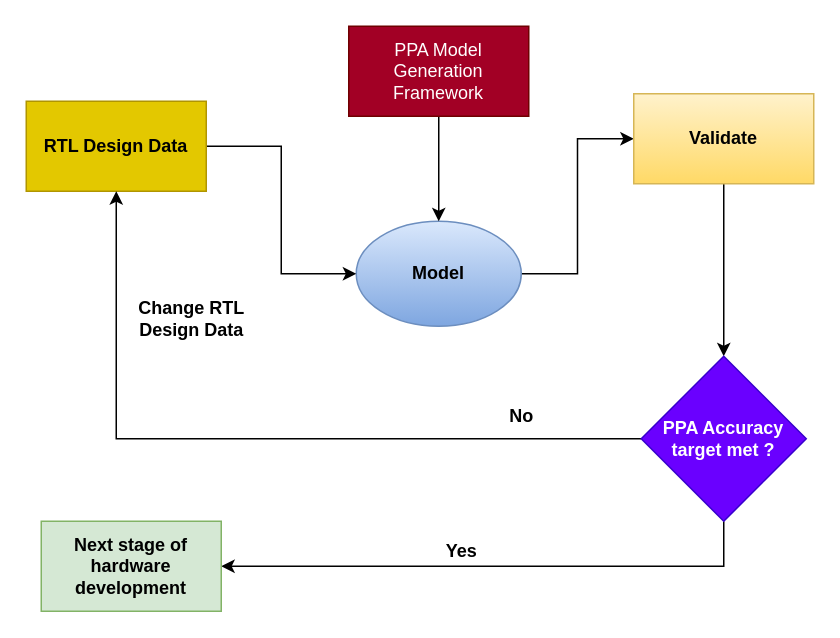
Above: Final Drawio files/test framework.drawio in AbhishekSengupta7/EDA-Seminar-TU-Munich (draw.io), before the change. Source tidied: cells renumbered, new cells numbered last; positions are measured from the earlier drawing's top-left corner, leaving out a move shared by most shapes. Both pictures are drawn from the tidied source at 150%, with x=0, y=0 at pixel (26, 26).
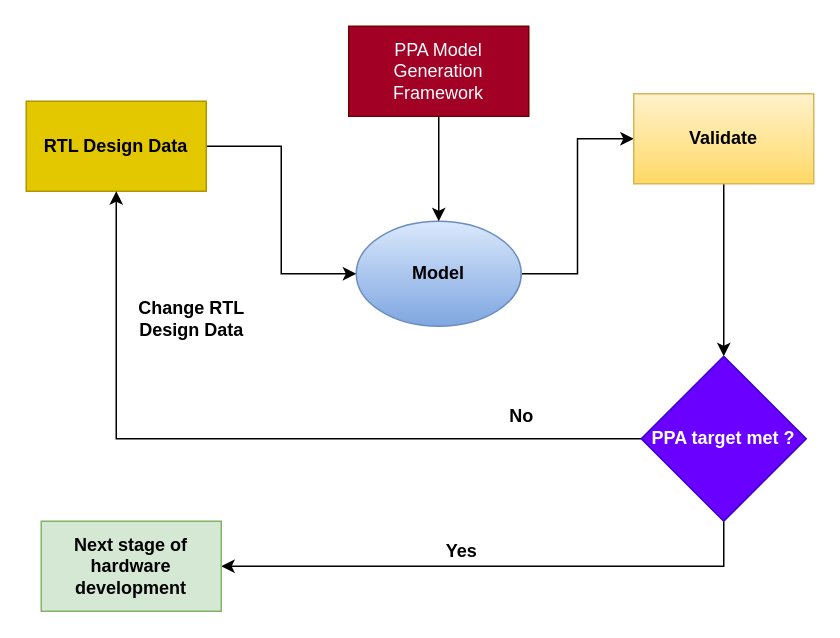
The same diagram, later.

Change to the diagram source:
```diff
@@
 <mxGraphModel>
   <root>
     <mxCell id="0" />
     <mxCell id="1" parent="0" />
     <mxCell id="2" style="edgeStyle=orthogonalEdgeStyle;rounded=0;jettySize=auto;html=1;exitX=1;exitY=0.5;exitDx=0;exitDy=0;entryX=0;entryY=0.5;entryDx=0;entryDy=0;" parent="1" edge="1" source="3" target="5">
       <mxGeometry relative="1" as="geometry" />
     </mxCell>
     <mxCell id="3" value="Model" style="ellipse;whiteSpace=wrap;html=1;fillColor=#dae8fc;strokeColor=#6c8ebf;fontStyle=1;gradientColor=#7ea6e0;" parent="1" vertex="1">
       <mxGeometry x="220" y="130" width="110" height="70" as="geometry" />
     </mxCell>
     <mxCell id="4" style="edgeStyle=orthogonalEdgeStyle;rounded=0;jettySize=auto;html=1;exitX=0.5;exitY=1;exitDx=0;exitDy=0;entryX=0.5;entryY=0;entryDx=0;entryDy=0;fontStyle=1;" parent="1" edge="1" source="5" target="10">
       <mxGeometry relative="1" as="geometry" />
     </mxCell>
     <mxCell id="5" value="Validate" style="rounded=0;whiteSpace=wrap;html=1;fillColor=#fff2cc;strokeColor=#d6b656;fontStyle=1;gradientColor=#ffd966;" parent="1" vertex="1">
       <mxGeometry x="405" y="45" width="120" height="60" as="geometry" />
     </mxCell>
     <mxCell id="6" style="edgeStyle=orthogonalEdgeStyle;rounded=0;jettySize=auto;html=1;exitX=1;exitY=0.5;exitDx=0;exitDy=0;entryX=0;entryY=0.5;entryDx=0;entryDy=0;fontStyle=1;" parent="1" edge="1" source="7" target="3">
       <mxGeometry relative="1" as="geometry" />
     </mxCell>
     <mxCell id="7" value="RTL Design Data" style="rounded=0;whiteSpace=wrap;html=1;fillColor=#e3c800;strokeColor=#B09500;fontStyle=1;fontColor=#000000;" parent="1" vertex="1">
       <mxGeometry y="50" width="120" height="60" as="geometry" />
     </mxCell>
     <mxCell id="8" style="edgeStyle=orthogonalEdgeStyle;rounded=0;jettySize=auto;html=1;exitX=0;exitY=0.5;exitDx=0;exitDy=0;entryX=0.5;entryY=1;entryDx=0;entryDy=0;fontStyle=1;" parent="1" edge="1" source="10" target="7">
       <mxGeometry relative="1" as="geometry" />
     </mxCell>
     <mxCell id="9" style="edgeStyle=orthogonalEdgeStyle;rounded=0;jettySize=auto;html=1;exitX=0.5;exitY=1;exitDx=0;exitDy=0;entryX=1;entryY=0.5;entryDx=0;entryDy=0;fontStyle=1;" parent="1" edge="1" source="10" target="11">
       <mxGeometry relative="1" as="geometry" />
     </mxCell>
-    <mxCell id="10" value="PPA Accuracy target met ?" style="rhombus;whiteSpace=wrap;html=1;fillColor=#6a00ff;strokeColor=#3700CC;fontStyle=1;fontColor=#ffffff;" parent="1" vertex="1">
+    <mxCell id="10" value="PPA target met ?" style="rhombus;whiteSpace=wrap;html=1;fillColor=#6a00ff;strokeColor=#3700CC;fontStyle=1;fontColor=#ffffff;" parent="1" vertex="1">
       <mxGeometry x="410" y="220" width="110" height="110" as="geometry" />
     </mxCell>
     <mxCell id="11" value="Next stage of hardware development" style="rounded=0;whiteSpace=wrap;html=1;fillColor=#d5e8d4;strokeColor=#82b366;fontStyle=1;" parent="1" vertex="1">
       <mxGeometry x="10" y="330" width="120" height="60" as="geometry" />
     </mxCell>
     <mxCell id="12" value="Change RTL &lt;br&gt;Design Data" style="text;html=1;align=center;verticalAlign=middle;strokeColor=none;fillColor=none;fontStyle=1;" parent="1" vertex="1">
       <mxGeometry x="65" y="180" width="90" height="30" as="geometry" />
     </mxCell>
     <mxCell id="13" value="Yes" style="text;html=1;align=center;verticalAlign=middle;strokeColor=none;fillColor=none;fontStyle=1;" parent="1" vertex="1">
       <mxGeometry x="270" y="340" width="40" height="20" as="geometry" />
     </mxCell>
     <mxCell id="14" value="No" style="text;html=1;align=center;verticalAlign=middle;strokeColor=none;fillColor=none;fontStyle=1;" parent="1" vertex="1">
       <mxGeometry x="315" y="250" width="30" height="20" as="geometry" />
     </mxCell>
     <mxCell id="15" style="edgeStyle=orthogonalEdgeStyle;rounded=0;jettySize=auto;html=1;exitX=0.5;exitY=1;exitDx=0;exitDy=0;entryX=0.5;entryY=0;entryDx=0;entryDy=0;" parent="1" edge="1" source="16" target="3">
       <mxGeometry relative="1" as="geometry" />
     </mxCell>
     <mxCell id="16" value="PPA Model Generation Framework" style="rounded=0;whiteSpace=wrap;html=1;fillColor=#a20025;strokeColor=#6F0000;fontColor=#ffffff;" parent="1" vertex="1">
       <mxGeometry x="215" width="120" height="60" as="geometry" />
     </mxCell>
   </root>
 </mxGraphModel>
```
